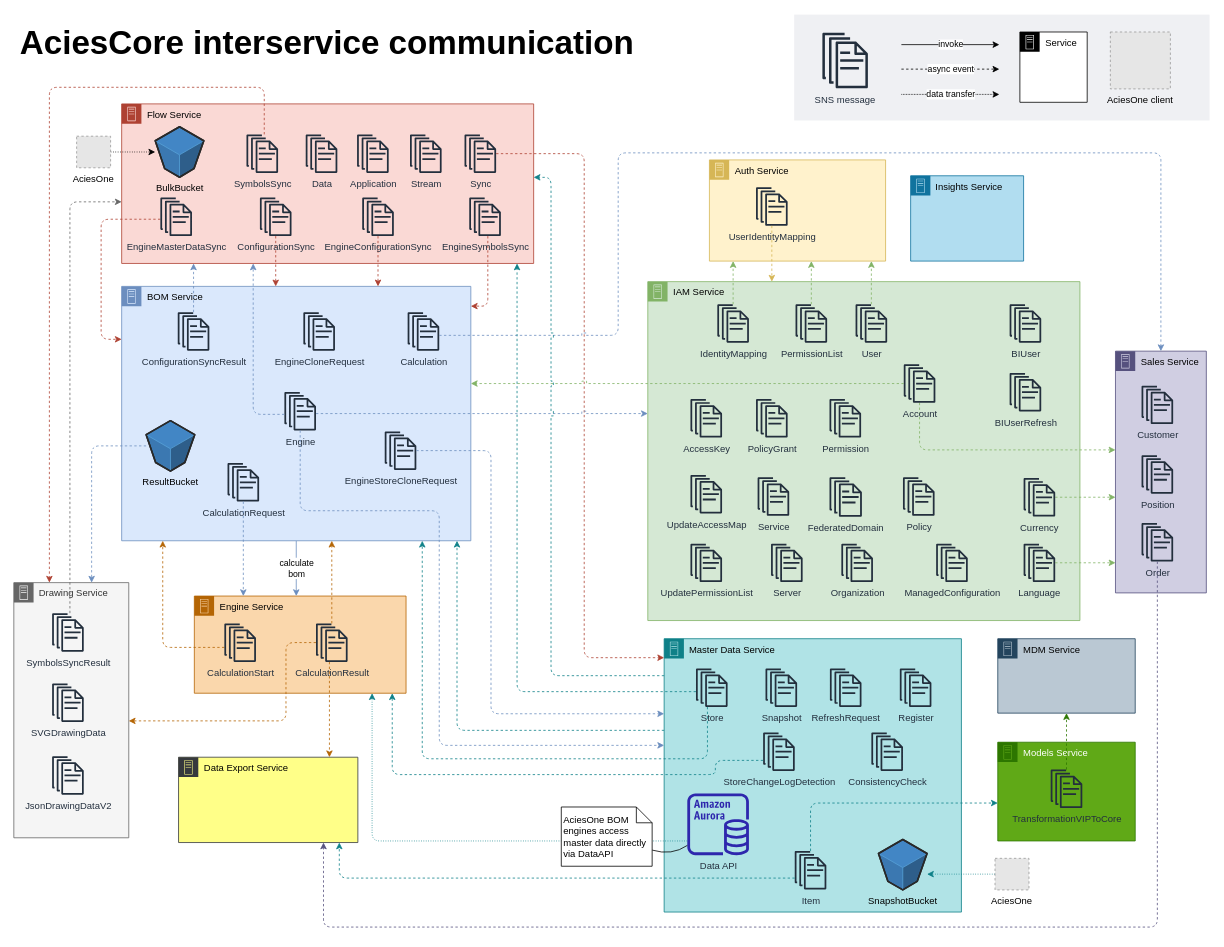
Before: interservice-communication.drawio in AciesDK/core-diagrams, a draw.io diagram. Source tidied: cells renumbered, new cells numbered last; positions are measured from the earlier drawing's top-left corner, leaving out a move shared by most shapes. Both pictures are drawn from the tidied source at 79%, with x=0, y=0 at pixel (13, -433). Pictures stored in the file or linked from it are replaced by grey dashed boxes.
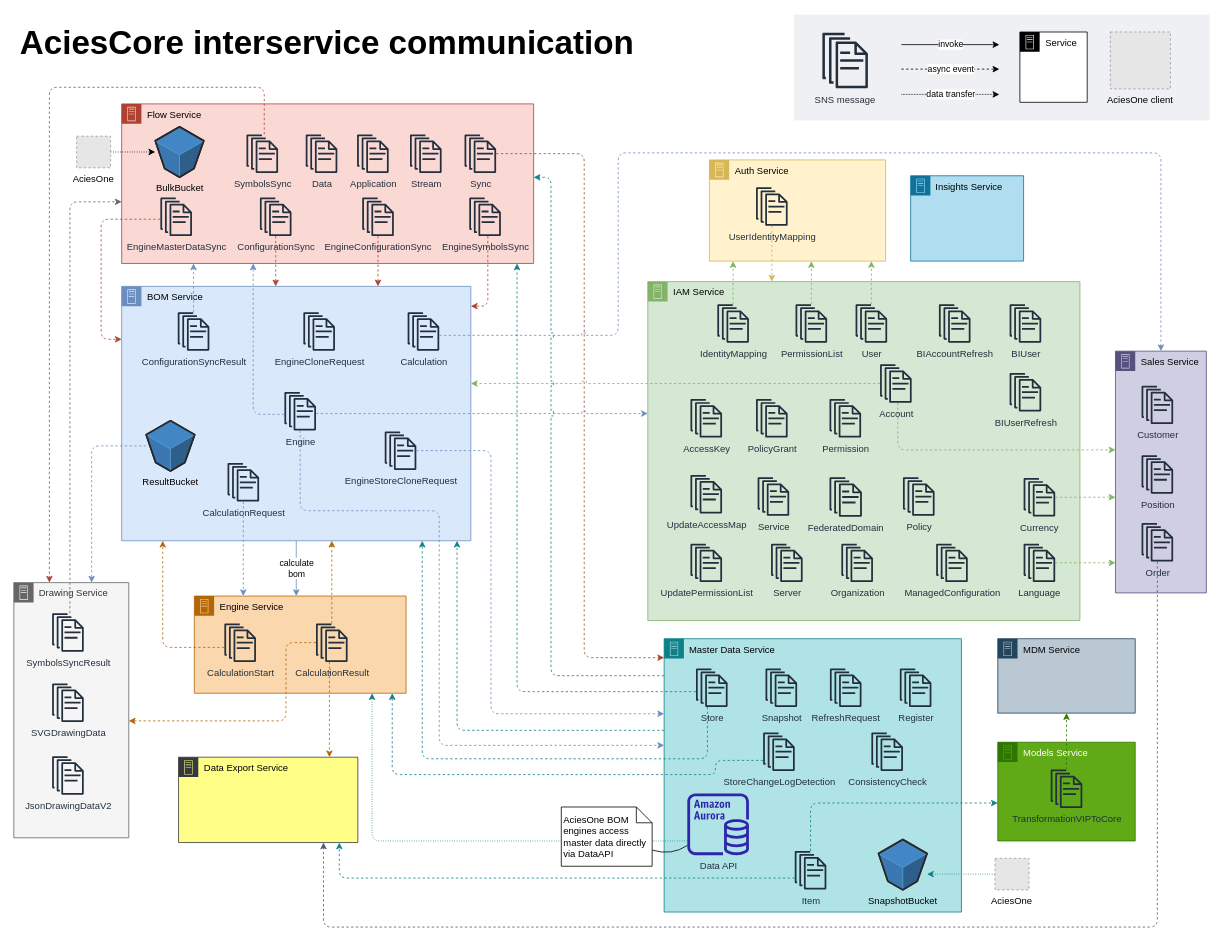
The same page after the edit.

Unchanged cells that the change refers to:
```xml
<mxCell id="2" value="Sales Service" style="points=[[0,0],[0.25,0],[0.5,0],[0.75,0],[1,0],[1,0.25],[1,0.5],[1,0.75],[1,1],[0.75,1],[0.5,1],[0.25,1],[0,1],[0,0.75],[0,0.5],[0,0.25]];outlineConnect=0;html=1;whiteSpace=wrap;fontSize=12;fontStyle=0;shape=mxgraph.aws4.group;grIcon=mxgraph.aws4.group_on_premise;strokeColor=#56517e;fillColor=#d0cee2;verticalAlign=top;align=left;spacingLeft=30;dashed=0;shadow=0;labelBorderColor=none;rounded=0;" parent="1" vertex="1">
  <mxGeometry x="1394.5" y="992" width="115" height="306" as="geometry" />
</mxCell>
```

The edit, as a diff of the source:
```diff
@@
     <mxCell id="64" style="jettySize=auto;html=1;fontColor=default;jumpStyle=sharp;dashed=1;edgeStyle=orthogonalEdgeStyle;rounded=1;strokeColor=#82B366;" parent="1" edge="1" source="95" target="2">
       <mxGeometry relative="1" as="geometry">
         <Array as="points">
-          <mxPoint x="1146.5" y="1117" />
+          <mxPoint x="1119" y="1117" />
         </Array>
       </mxGeometry>
     </mxCell>
@@
     <mxCell id="95" value="Account" style="outlineConnect=0;fontColor=#232F3E;gradientColor=none;fillColor=#232F3D;strokeColor=none;dashed=0;verticalLabelPosition=bottom;verticalAlign=top;align=center;html=1;fontSize=12;fontStyle=0;shape=mxgraph.aws4.documents;shadow=0;labelBorderColor=none;rounded=0;labelPosition=center;" parent="1" vertex="1">
-      <mxGeometry x="1126.5" y="1008" width="40" height="50" as="geometry" />
+      <mxGeometry x="1096.5" y="1008" width="40" height="50" as="geometry" />
     </mxCell>
@@
+    <mxCell id="123" value="BIAccountRefresh" style="fontColor=#232F3E;gradientColor=none;fillColor=#232F3D;strokeColor=none;dashed=0;verticalLabelPosition=bottom;verticalAlign=top;align=center;html=1;fontSize=12;fontStyle=0;shape=mxgraph.aws4.documents;shadow=0;labelBorderColor=none;rounded=0;labelPosition=center;" parent="1" vertex="1">
+      <mxGeometry x="1171" y="932" width="40" height="50" as="geometry" />
+    </mxCell>
```
